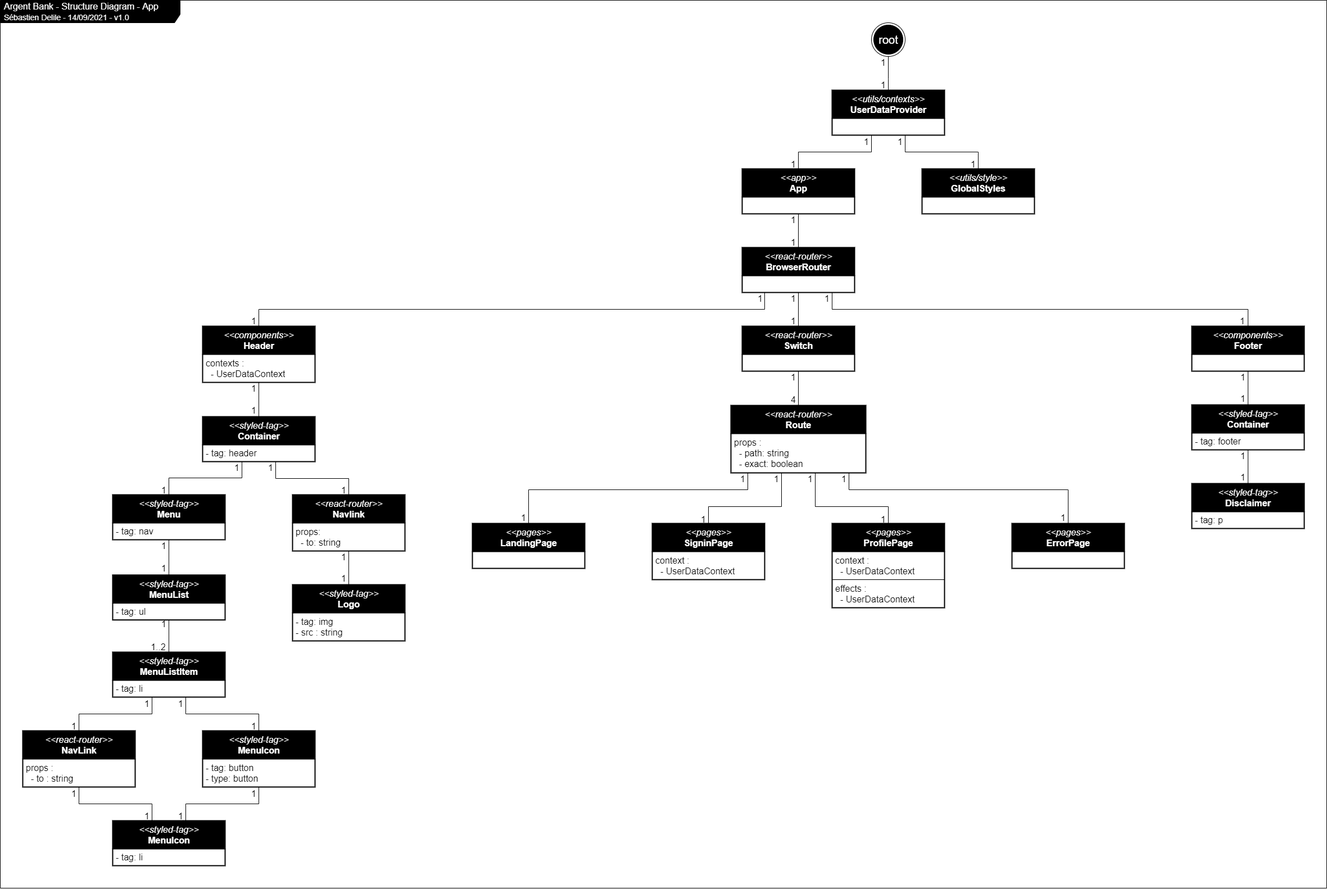
Before: specs/argentBank_structure_App.drawio.png, a diagram exported from draw.io (SebDelile/SebastienDelile_13_10092021). Source tidied: cells renumbered, new cells last; positions are measured from the earlier drawing's top-left corner, leaving out a move shared by most shapes.
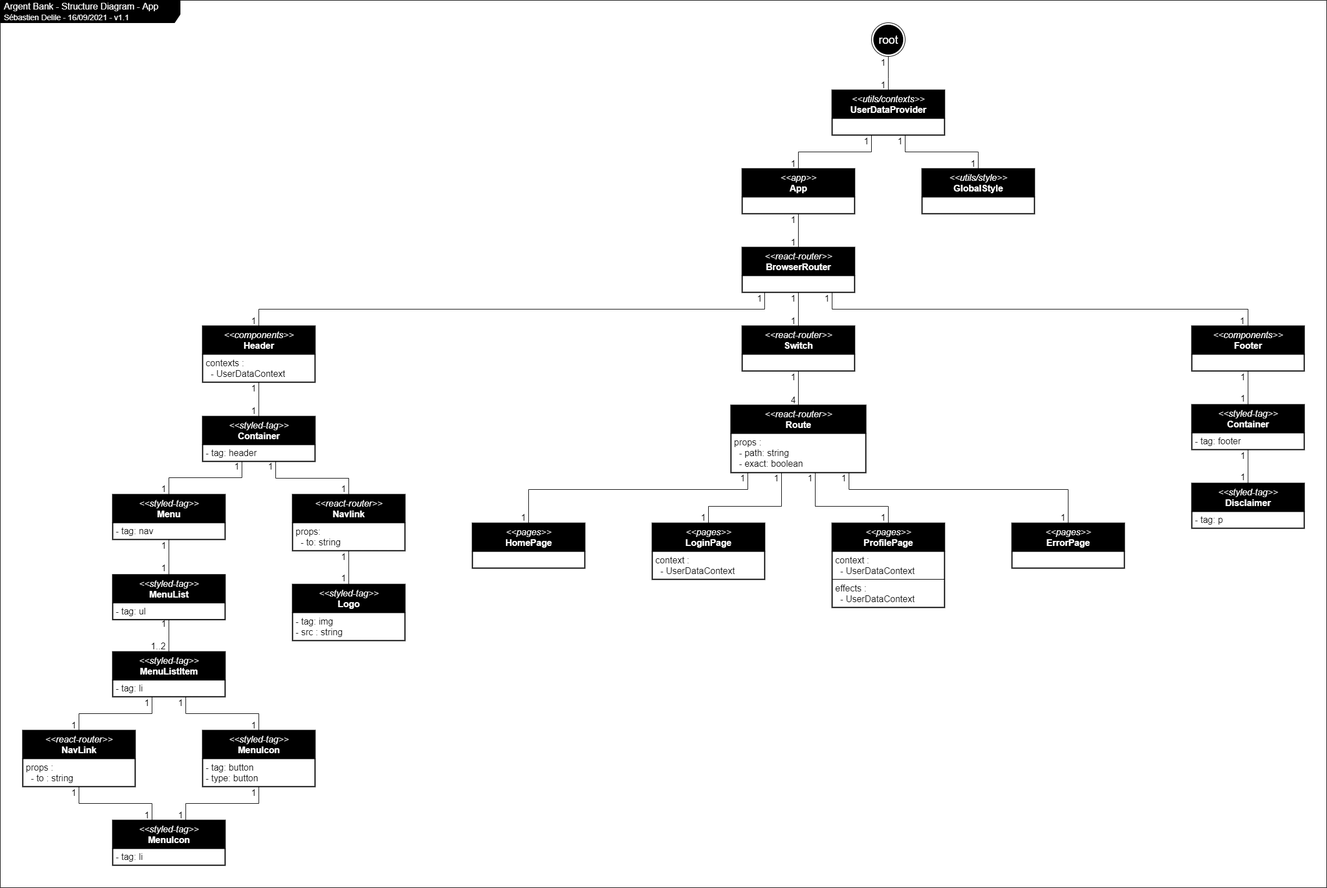
The same diagram one commit later.

Diff of the diagram source:
```diff
@@ -2,7 +2,7 @@
   <root>
     <mxCell id="0" />
     <mxCell id="1" parent="0" />
-    <mxCell id="2" value="Argent Bank - Structure Diagram - App&lt;br&gt;&lt;font style=&quot;font-size: 14px&quot;&gt;Sébastien Delile - 14/09/2021 - v1.0&lt;/font&gt;" style="shape=umlFrame;whiteSpace=wrap;html=1;width=320;height=40;boundedLbl=1;verticalAlign=middle;align=left;spacingLeft=5;strokeColor=#000000;fontSize=16;fillColor=#000000;fontColor=#FFFFFF;" parent="1" vertex="1">
+    <mxCell id="2" value="Argent Bank - Structure Diagram - App&lt;br&gt;&lt;font style=&quot;font-size: 14px&quot;&gt;Sébastien Delile - 16/09/2021 - v1.1&lt;/font&gt;" style="shape=umlFrame;whiteSpace=wrap;html=1;width=320;height=40;boundedLbl=1;verticalAlign=middle;align=left;spacingLeft=5;strokeColor=#000000;fontSize=16;fillColor=#000000;fontColor=#FFFFFF;" parent="1" vertex="1">
       <mxGeometry width="2360" height="1580" as="geometry" />
     </mxCell>
     <mxCell id="3" value="&lt;i&gt;&amp;lt;&amp;lt;app&amp;gt;&amp;gt;&lt;br style=&quot;font-size: 16px&quot;&gt;&lt;/i&gt;&lt;b&gt;App&lt;/b&gt;" style="swimlane;fontStyle=0;align=center;verticalAlign=top;horizontal=1;startSize=50;html=1;fillColor=#000000;fontColor=#FFFFFF;fontSize=16;separatorColor=none;swimlaneFillColor=none;perimeterSpacing=0;strokeWidth=2;strokeColor=#000000;" parent="1" vertex="1">
@@ -54,13 +54,13 @@
     <mxCell id="17" value="props :&lt;br&gt;&amp;nbsp; - path: string&lt;br&gt;&amp;nbsp; - exact: boolean" style="text;html=1;fillColor=none;align=left;verticalAlign=middle;spacingLeft=4;spacingRight=4;overflow=hidden;fontColor=#000000;fontSize=16;strokeColor=#000000;" parent="16" vertex="1">
       <mxGeometry y="50" width="240" height="70" as="geometry" />
     </mxCell>
-    <mxCell id="18" value="&lt;i&gt;&amp;lt;&amp;lt;pages&amp;gt;&amp;gt;&lt;br style=&quot;font-size: 16px&quot;&gt;&lt;/i&gt;&lt;b&gt;LandingPage&lt;/b&gt;" style="swimlane;fontStyle=0;align=center;verticalAlign=top;horizontal=1;startSize=50;html=1;fillColor=#000000;fontColor=#FFFFFF;fontSize=16;separatorColor=none;swimlaneFillColor=none;perimeterSpacing=0;strokeWidth=2;strokeColor=#000000;" parent="1" vertex="1">
+    <mxCell id="18" value="&lt;i&gt;&amp;lt;&amp;lt;pages&amp;gt;&amp;gt;&lt;br style=&quot;font-size: 16px&quot;&gt;&lt;/i&gt;&lt;b&gt;HomePage&lt;/b&gt;" style="swimlane;fontStyle=0;align=center;verticalAlign=top;horizontal=1;startSize=50;html=1;fillColor=#000000;fontColor=#FFFFFF;fontSize=16;separatorColor=none;swimlaneFillColor=none;perimeterSpacing=0;strokeWidth=2;strokeColor=#000000;" parent="1" vertex="1">
       <mxGeometry x="840" y="931" width="200" height="80" as="geometry" />
     </mxCell>
     <mxCell id="19" style="text;html=1;fillColor=none;align=left;verticalAlign=middle;spacingLeft=4;spacingRight=4;overflow=hidden;fontColor=#000000;fontSize=16;strokeColor=#000000;" parent="18" vertex="1">
       <mxGeometry y="50" width="200" height="30" as="geometry" />
     </mxCell>
-    <mxCell id="20" value="&lt;i&gt;&amp;lt;&amp;lt;pages&amp;gt;&amp;gt;&lt;br style=&quot;font-size: 16px&quot;&gt;&lt;/i&gt;&lt;b&gt;SigninPage&lt;/b&gt;" style="swimlane;fontStyle=0;align=center;verticalAlign=top;horizontal=1;startSize=50;html=1;fillColor=#000000;fontColor=#FFFFFF;fontSize=16;separatorColor=none;swimlaneFillColor=none;perimeterSpacing=0;strokeWidth=2;strokeColor=#000000;" parent="1" vertex="1">
+    <mxCell id="20" value="&lt;i&gt;&amp;lt;&amp;lt;pages&amp;gt;&amp;gt;&lt;br style=&quot;font-size: 16px&quot;&gt;&lt;/i&gt;&lt;b&gt;LoginPage&lt;/b&gt;" style="swimlane;fontStyle=0;align=center;verticalAlign=top;horizontal=1;startSize=50;html=1;fillColor=#000000;fontColor=#FFFFFF;fontSize=16;separatorColor=none;swimlaneFillColor=none;perimeterSpacing=0;strokeWidth=2;strokeColor=#000000;" parent="1" vertex="1">
       <mxGeometry x="1160" y="931" width="200" height="100" as="geometry" />
     </mxCell>
     <mxCell id="21" value="context :&lt;br&gt;&amp;nbsp; - UserDataContext" style="text;html=1;fillColor=none;align=left;verticalAlign=middle;spacingLeft=4;spacingRight=4;overflow=hidden;fontColor=#000000;fontSize=16;strokeColor=#000000;" parent="20" vertex="1">
@@ -236,7 +236,7 @@
         <mxPoint x="-11" y="1" as="offset" />
       </mxGeometry>
     </mxCell>
-    <mxCell id="55" value="&lt;i&gt;&amp;lt;&amp;lt;utils/style&amp;gt;&amp;gt;&lt;br style=&quot;font-size: 16px&quot;&gt;&lt;/i&gt;&lt;b&gt;GlobalStyles&lt;/b&gt;" style="swimlane;fontStyle=0;align=center;verticalAlign=top;horizontal=1;startSize=50;html=1;fillColor=#000000;fontColor=#FFFFFF;fontSize=16;separatorColor=none;swimlaneFillColor=none;perimeterSpacing=0;strokeWidth=2;strokeColor=#000000;" parent="1" vertex="1">
+    <mxCell id="55" value="&lt;i&gt;&amp;lt;&amp;lt;utils/style&amp;gt;&amp;gt;&lt;br style=&quot;font-size: 16px&quot;&gt;&lt;/i&gt;&lt;b&gt;GlobalStyle&lt;/b&gt;" style="swimlane;fontStyle=0;align=center;verticalAlign=top;horizontal=1;startSize=50;html=1;fillColor=#000000;fontColor=#FFFFFF;fontSize=16;separatorColor=none;swimlaneFillColor=none;perimeterSpacing=0;strokeWidth=2;strokeColor=#000000;" parent="1" vertex="1">
       <mxGeometry x="1640" y="300" width="200" height="80" as="geometry" />
     </mxCell>
     <mxCell id="56" style="text;html=1;fillColor=none;align=left;verticalAlign=middle;spacingLeft=4;spacingRight=4;overflow=hidden;fontColor=#000000;fontSize=16;strokeColor=#000000;" parent="55" vertex="1">
```
